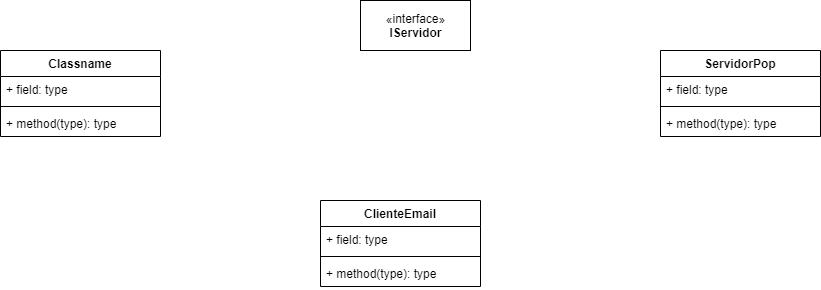
This is src/tp6/unq/RespuestasCaso1/Caso1-UML-TP6.png from CundariNicolas/unqui-poo2-cundari, a draw.io export, as it was before one commit. Source tidied: cells renumbered, new cells last; positions are measured from the earlier drawing's top-left corner, leaving out a move shared by most shapes.
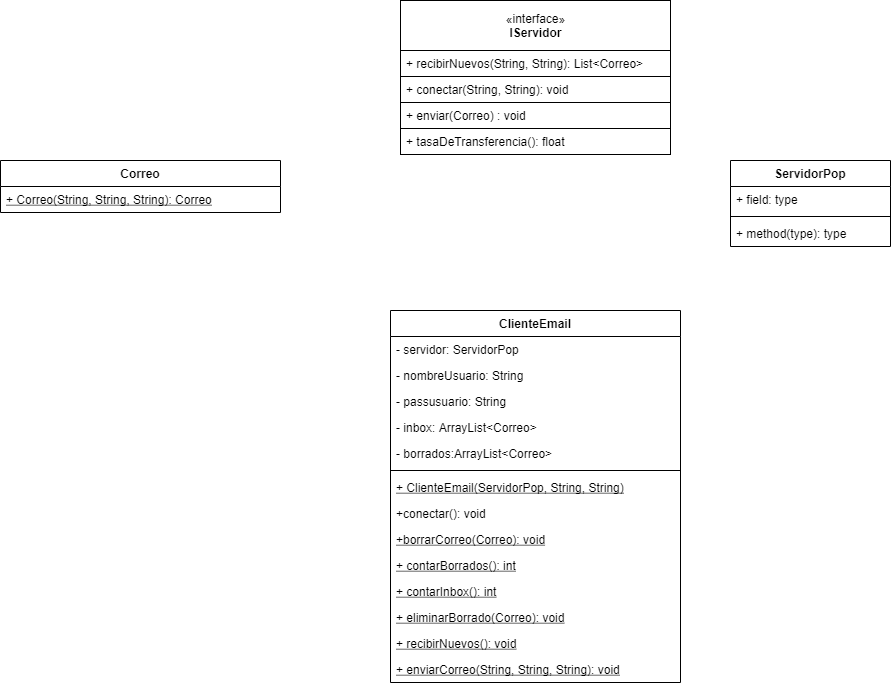
Above is the later version.

Change to the diagram source:
```diff
@@ -3,32 +3,56 @@
     <mxCell id="0" />
     <mxCell id="1" parent="0" />
     <mxCell id="2" value="ClienteEmail" style="swimlane;fontStyle=1;align=center;verticalAlign=top;horizontal=1;startSize=26;" parent="1" vertex="1">
-      <mxGeometry x="320" y="200" width="160" height="86" as="geometry" />
+      <mxGeometry x="320" y="200" width="290" height="372" as="geometry" />
     </mxCell>
-    <mxCell id="3" value="+ field: type" style="text;strokeColor=none;fillColor=none;align=left;verticalAlign=top;spacingLeft=4;spacingRight=4;overflow=hidden;" parent="2" vertex="1">
-      <mxGeometry y="26" width="160" height="26" as="geometry" />
+    <mxCell id="3" value="- servidor: ServidorPop" style="text;strokeColor=none;fillColor=none;align=left;verticalAlign=top;spacingLeft=4;spacingRight=4;overflow=hidden;" parent="2" vertex="1">
+      <mxGeometry y="26" width="290" height="26" as="geometry" />
     </mxCell>
+    <mxCell id="15" value="- nombreUsuario: String" style="text;strokeColor=none;fillColor=none;align=left;verticalAlign=top;spacingLeft=4;spacingRight=4;overflow=hidden;" parent="2" vertex="1">
+      <mxGeometry y="52" width="290" height="26" as="geometry" />
+    </mxCell>
+    <mxCell id="16" value="- passusuario: String" style="text;strokeColor=none;fillColor=none;align=left;verticalAlign=top;spacingLeft=4;spacingRight=4;overflow=hidden;" parent="2" vertex="1">
+      <mxGeometry y="78" width="290" height="26" as="geometry" />
+    </mxCell>
+    <mxCell id="17" value="- inbox: ArrayList&lt;Correo&gt;" style="text;strokeColor=none;fillColor=none;align=left;verticalAlign=top;spacingLeft=4;spacingRight=4;overflow=hidden;" parent="2" vertex="1">
+      <mxGeometry y="104" width="290" height="26" as="geometry" />
+    </mxCell>
+    <mxCell id="18" value="- borrados:ArrayList&lt;Correo&gt;" style="text;strokeColor=none;fillColor=none;align=left;verticalAlign=top;spacingLeft=4;spacingRight=4;overflow=hidden;" parent="2" vertex="1">
+      <mxGeometry y="130" width="290" height="26" as="geometry" />
+    </mxCell>
     <mxCell id="4" style="line;strokeWidth=1;fillColor=none;align=left;verticalAlign=middle;spacingTop=-1;spacingLeft=3;spacingRight=3;labelPosition=right;" parent="2" vertex="1">
-      <mxGeometry y="52" width="160" height="8" as="geometry" />
+      <mxGeometry y="156" width="290" height="8" as="geometry" />
     </mxCell>
-    <mxCell id="5" value="+ method(type): type" style="text;strokeColor=none;fillColor=none;align=left;verticalAlign=top;spacingLeft=4;spacingRight=4;overflow=hidden;" parent="2" vertex="1">
-      <mxGeometry y="60" width="160" height="26" as="geometry" />
+    <mxCell id="5" value="+ ClienteEmail(ServidorPop, String, String)" style="text;strokeColor=none;fillColor=none;align=left;verticalAlign=top;spacingLeft=4;spacingRight=4;overflow=hidden;fontStyle=4;" parent="2" vertex="1">
+      <mxGeometry y="164" width="290" height="26" as="geometry" />
     </mxCell>
+    <mxCell id="19" value="+conectar(): void" style="text;strokeColor=none;fillColor=none;align=left;verticalAlign=top;spacingLeft=4;spacingRight=4;overflow=hidden;fontStyle=0;" parent="2" vertex="1">
+      <mxGeometry y="190" width="290" height="26" as="geometry" />
+    </mxCell>
+    <mxCell id="20" value="+borrarCorreo(Correo): void" style="text;strokeColor=none;fillColor=none;align=left;verticalAlign=top;spacingLeft=4;spacingRight=4;overflow=hidden;fontStyle=4;" parent="2" vertex="1">
+      <mxGeometry y="216" width="290" height="26" as="geometry" />
+    </mxCell>
+    <mxCell id="21" value="+ contarBorrados(): int" style="text;strokeColor=none;fillColor=none;align=left;verticalAlign=top;spacingLeft=4;spacingRight=4;overflow=hidden;fontStyle=4;" parent="2" vertex="1">
+      <mxGeometry y="242" width="290" height="26" as="geometry" />
+    </mxCell>
+    <mxCell id="22" value="+ contarInbox(): int" style="text;strokeColor=none;fillColor=none;align=left;verticalAlign=top;spacingLeft=4;spacingRight=4;overflow=hidden;fontStyle=4;" parent="2" vertex="1">
+      <mxGeometry y="268" width="290" height="26" as="geometry" />
+    </mxCell>
+    <mxCell id="23" value="+ eliminarBorrado(Correo): void" style="text;strokeColor=none;fillColor=none;align=left;verticalAlign=top;spacingLeft=4;spacingRight=4;overflow=hidden;fontStyle=4;" parent="2" vertex="1">
+      <mxGeometry y="294" width="290" height="26" as="geometry" />
+    </mxCell>
+    <mxCell id="24" value="+ recibirNuevos(): void" style="text;strokeColor=none;fillColor=none;align=left;verticalAlign=top;spacingLeft=4;spacingRight=4;overflow=hidden;fontStyle=4;" parent="2" vertex="1">
+      <mxGeometry y="320" width="290" height="26" as="geometry" />
+    </mxCell>
+    <mxCell id="25" value="+ enviarCorreo(String, String, String): void" style="text;strokeColor=none;fillColor=none;align=left;verticalAlign=top;spacingLeft=4;spacingRight=4;overflow=hidden;fontStyle=4;" parent="2" vertex="1">
+      <mxGeometry y="346" width="290" height="26" as="geometry" />
+    </mxCell>
-    <mxCell id="6" value="Classname" style="swimlane;fontStyle=1;align=center;verticalAlign=top;horizontal=1;startSize=26;" parent="1" vertex="1">
-      <mxGeometry y="50" width="160" height="86" as="geometry" />
+    <mxCell id="6" value="Correo" style="swimlane;fontStyle=1;align=center;verticalAlign=top;horizontal=1;startSize=26;" parent="1" vertex="1">
+      <mxGeometry x="-70" y="50" width="280" height="52" as="geometry" />
     </mxCell>
-    <mxCell id="7" value="+ field: type" style="text;strokeColor=none;fillColor=none;align=left;verticalAlign=top;spacingLeft=4;spacingRight=4;overflow=hidden;" parent="6" vertex="1">
-      <mxGeometry y="26" width="160" height="26" as="geometry" />
-    </mxCell>
-    <mxCell id="8" style="line;strokeWidth=1;fillColor=none;align=left;verticalAlign=middle;spacingTop=-1;spacingLeft=3;spacingRight=3;labelPosition=right;" parent="6" vertex="1">
-      <mxGeometry y="52" width="160" height="8" as="geometry" />
-    </mxCell>
-    <mxCell id="9" value="+ method(type): type" style="text;strokeColor=none;fillColor=none;align=left;verticalAlign=top;spacingLeft=4;spacingRight=4;overflow=hidden;" parent="6" vertex="1">
-      <mxGeometry y="60" width="160" height="26" as="geometry" />
+    <mxCell id="9" value="+ Correo(String, String, String): Correo" style="text;strokeColor=none;fillColor=none;align=left;verticalAlign=top;spacingLeft=4;spacingRight=4;overflow=hidden;fontStyle=4;" parent="6" vertex="1">
+      <mxGeometry y="26" width="280" height="26" as="geometry" />
     </mxCell>
-    <mxCell id="10" value="«interface»&lt;br&gt;&lt;b&gt;IServidor&lt;/b&gt;" style="html=1;" parent="1" vertex="1">
-      <mxGeometry x="360" width="110" height="50" as="geometry" />
-    </mxCell>
     <mxCell id="11" value="ServidorPop" style="swimlane;fontStyle=1;align=center;verticalAlign=top;horizontal=1;startSize=26;" parent="1" vertex="1">
       <mxGeometry x="660" y="50" width="160" height="86" as="geometry" />
     </mxCell>
@@ -41,5 +65,26 @@
     <mxCell id="14" value="+ method(type): type" style="text;strokeColor=none;fillColor=none;align=left;verticalAlign=top;spacingLeft=4;spacingRight=4;overflow=hidden;" parent="11" vertex="1">
       <mxGeometry y="60" width="160" height="26" as="geometry" />
     </mxCell>
+    <mxCell id="26" style="group;" parent="1" vertex="1">
+      <mxGeometry x="330" y="-110" width="280" height="128" as="geometry" />
+    </mxCell>
+    <mxCell id="27" style="group;" parent="26" vertex="1">
+      <mxGeometry width="280" height="86" as="geometry" />
+    </mxCell>
+    <mxCell id="10" value="«interface»&lt;br&gt;&lt;b&gt;IServidor&lt;/b&gt;" style="html=1;" parent="27" vertex="1">
+      <mxGeometry width="270" height="50" as="geometry" />
+    </mxCell>
+    <mxCell id="28" value="+ recibirNuevos(String, String): List&lt;Correo&gt;" style="text;align=left;verticalAlign=top;spacingLeft=4;spacingRight=4;overflow=hidden;labelBackgroundColor=#ffffff;fillColor=#ffffff;strokeColor=#000000;" parent="27" vertex="1">
+      <mxGeometry y="50" width="270" height="26" as="geometry" />
+    </mxCell>
+    <mxCell id="29" value="+ conectar(String, String): void" style="text;align=left;verticalAlign=top;spacingLeft=4;spacingRight=4;overflow=hidden;labelBackgroundColor=#ffffff;fillColor=#ffffff;strokeColor=#000000;" parent="26" vertex="1">
+      <mxGeometry y="76" width="270" height="26" as="geometry" />
+    </mxCell>
+    <mxCell id="30" value="+ enviar(Correo) : void" style="text;align=left;verticalAlign=top;spacingLeft=4;spacingRight=4;overflow=hidden;labelBackgroundColor=#ffffff;fillColor=#ffffff;strokeColor=#000000;" parent="26" vertex="1">
+      <mxGeometry y="102" width="270" height="26" as="geometry" />
+    </mxCell>
+    <mxCell id="31" value="+ tasaDeTransferencia(): float" style="text;align=left;verticalAlign=top;spacingLeft=4;spacingRight=4;overflow=hidden;labelBackgroundColor=#ffffff;fillColor=#ffffff;strokeColor=#000000;" parent="1" vertex="1">
+      <mxGeometry x="330" y="18" width="270" height="26" as="geometry" />
+    </mxCell>
   </root>
 </mxGraphModel>
```
